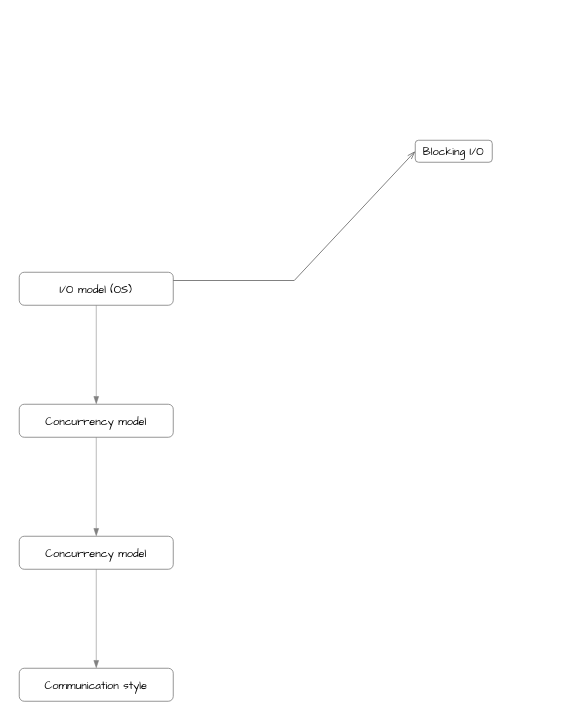
Above: [research] servers.drawio in ptt743/draw (draw.io), before the change. Source tidied: cells renumbered, new cells numbered last; positions are measured from the earlier drawing's top-left corner, leaving out a move shared by most shapes. Both pictures are drawn from the tidied source at 110%, with x=0, y=0 at pixel (19, 140).
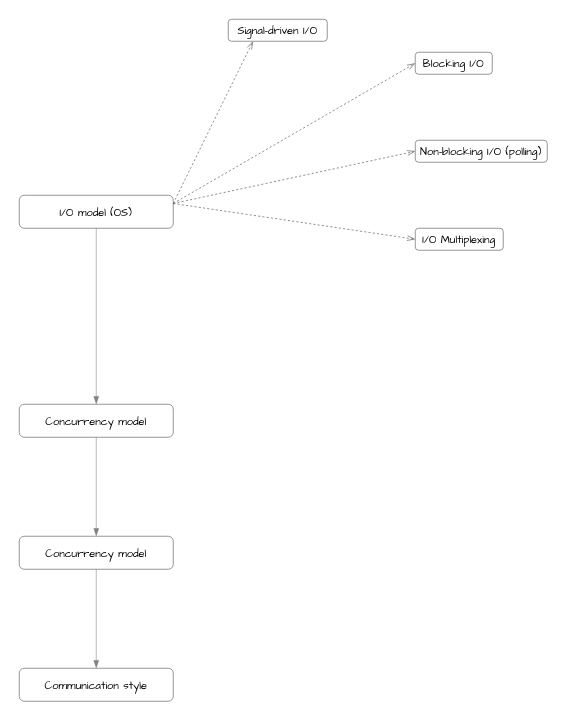
Above is the later version.

What changed in the source:
```diff
@@
 <mxGraphModel>
   <root>
     <mxCell id="0" />
     <mxCell id="1" parent="0" />
     <mxCell id="2" value="I/O model (OS)" style="rounded=1;whiteSpace=wrap;html=1;strokeColor=#808080;fontFamily=Comic Sans MS;strokeWidth=0.75;fontSize=10;" parent="1" vertex="1">
-      <mxGeometry y="120" width="140" height="30" as="geometry" />
+      <mxGeometry y="50" width="140" height="30" as="geometry" />
     </mxCell>
     <mxCell id="3" value="Concurrency model" style="rounded=1;whiteSpace=wrap;html=1;strokeColor=#808080;fontFamily=Comic Sans MS;strokeWidth=0.75;fontSize=10;" parent="1" vertex="1">
       <mxGeometry y="240" width="140" height="30" as="geometry" />
     </mxCell>
     <mxCell id="4" value="Concurrency model" style="rounded=1;whiteSpace=wrap;html=1;strokeColor=#808080;fontFamily=Comic Sans MS;strokeWidth=0.75;fontSize=10;" parent="1" vertex="1">
       <mxGeometry y="360" width="140" height="30" as="geometry" />
     </mxCell>
     <mxCell id="5" value="Communication style" style="rounded=1;whiteSpace=wrap;html=1;strokeColor=#808080;fontFamily=Comic Sans MS;strokeWidth=0.75;fontSize=10;" parent="1" vertex="1">
       <mxGeometry y="480" width="140" height="30" as="geometry" />
     </mxCell>
     <mxCell id="6" style="endArrow=blockThin;html=1;rounded=0;strokeColor=#808080;endFill=1;strokeWidth=0.5;exitX=0.5;exitY=1;exitDx=0;exitDy=0;entryX=0.5;entryY=0;entryDx=0;entryDy=0;" parent="1" edge="1" source="2" target="3">
       <mxGeometry relative="1" as="geometry" />
     </mxCell>
     <mxCell id="7" style="endArrow=blockThin;html=1;rounded=0;strokeColor=#808080;endFill=1;strokeWidth=0.5;exitX=0.5;exitY=1;exitDx=0;exitDy=0;entryX=0.5;entryY=0;entryDx=0;entryDy=0;" parent="1" edge="1" source="3" target="4">
       <mxGeometry relative="1" as="geometry" />
     </mxCell>
     <mxCell id="8" style="endArrow=blockThin;html=1;rounded=0;strokeColor=#808080;endFill=1;strokeWidth=0.5;exitX=0.5;exitY=1;exitDx=0;exitDy=0;entryX=0.5;entryY=0;entryDx=0;entryDy=0;" parent="1" edge="1" source="4" target="5">
       <mxGeometry relative="1" as="geometry" />
     </mxCell>
     <mxCell id="9" value="Blocking I/O" style="rounded=1;whiteSpace=wrap;html=1;strokeColor=#808080;fontFamily=Comic Sans MS;strokeWidth=0.75;fontSize=10;" parent="1" vertex="1">
-      <mxGeometry x="360" width="70" height="20" as="geometry" />
+      <mxGeometry x="360" y="-80" width="70" height="20" as="geometry" />
     </mxCell>
-    <mxCell id="10" style="endArrow=openThin;html=1;rounded=0;strokeWidth=0.75;endFill=0;strokeColor=#666666;entryX=0;entryY=0.5;entryDx=0;entryDy=0;exitX=1;exitY=0.25;exitDx=0;exitDy=0;" parent="1" edge="1" source="2" target="9">
-      <mxGeometry relative="1" as="geometry">
-        <Array as="points">
-          <mxPoint x="250" y="127.5" />
-        </Array>
-      </mxGeometry>
+    <mxCell id="10" style="endArrow=openThin;html=1;rounded=0;strokeWidth=0.65;endFill=0;strokeColor=#666666;entryX=0;entryY=0.5;entryDx=0;entryDy=0;exitX=1;exitY=0.25;exitDx=0;exitDy=0;dashed=1;" parent="1" edge="1" source="2" target="9">
+      <mxGeometry relative="1" as="geometry" />
     </mxCell>
+    <mxCell id="11" value="Non-blocking I/O (polling)" style="rounded=1;whiteSpace=wrap;html=1;strokeColor=#808080;fontFamily=Comic Sans MS;strokeWidth=0.75;fontSize=10;" parent="1" vertex="1">
+      <mxGeometry x="360" width="120" height="20" as="geometry" />
+    </mxCell>
+    <mxCell id="12" value="I/O Multiplexing" style="rounded=1;whiteSpace=wrap;html=1;strokeColor=#808080;fontFamily=Comic Sans MS;strokeWidth=0.75;fontSize=10;" parent="1" vertex="1">
+      <mxGeometry x="360" y="80" width="80" height="20" as="geometry" />
+    </mxCell>
+    <mxCell id="13" value="Signal-driven I/O" style="rounded=1;whiteSpace=wrap;html=1;strokeColor=#808080;fontFamily=Comic Sans MS;strokeWidth=0.75;fontSize=10;" parent="1" vertex="1">
+      <mxGeometry x="190" y="-110" width="90" height="20" as="geometry" />
+    </mxCell>
+    <mxCell id="14" style="endArrow=openThin;html=1;rounded=0;strokeWidth=0.65;endFill=0;strokeColor=#666666;entryX=0.25;entryY=1;entryDx=0;entryDy=0;exitX=1;exitY=0.25;exitDx=0;exitDy=0;dashed=1;" parent="1" edge="1" source="2" target="13">
+      <mxGeometry relative="1" as="geometry" />
+    </mxCell>
+    <mxCell id="15" style="endArrow=openThin;html=1;rounded=0;strokeWidth=0.65;endFill=0;strokeColor=#666666;entryX=0;entryY=0.5;entryDx=0;entryDy=0;exitX=1;exitY=0.25;exitDx=0;exitDy=0;dashed=1;" parent="1" edge="1" source="2" target="11">
+      <mxGeometry relative="1" as="geometry" />
+    </mxCell>
+    <mxCell id="16" style="endArrow=openThin;html=1;rounded=0;strokeWidth=0.65;endFill=0;strokeColor=#666666;entryX=0;entryY=0.5;entryDx=0;entryDy=0;exitX=1;exitY=0.25;exitDx=0;exitDy=0;dashed=1;" parent="1" edge="1" source="2" target="12">
+      <mxGeometry relative="1" as="geometry" />
+    </mxCell>
   </root>
 </mxGraphModel>
```
